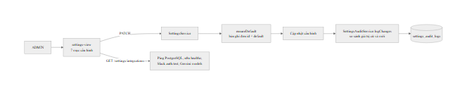
The Mermaid diagram docs/diagrams/H4-12-settings-audit.png in NguyenDang182005/khoa-luan, before a commit. Its source is kept beside it as docs/diagrams/H4-12-settings-audit.mmd. The source it was exported from:
```mermaid
flowchart LR
  AD["ADMIN"] --> UI["settings-view<br/>7 mục cấu hình"]
  UI -->|"PATCH"| SV["SettingsService"]
  SV --> R["ensureDefault<br/>bản ghi đơn id = default"]
  R --> U["Cập nhật cấu hình"]
  U --> L["SettingsAuditService.logChanges<br/>so sánh giá trị cũ và mới"]
  L --> DB[("settings_audit_logs")]
  UI -->|"GET /settings/integrations"| P["Ping PostgreSQL, n8n healthz,<br/>Slack auth.test, Gemini models"]
```
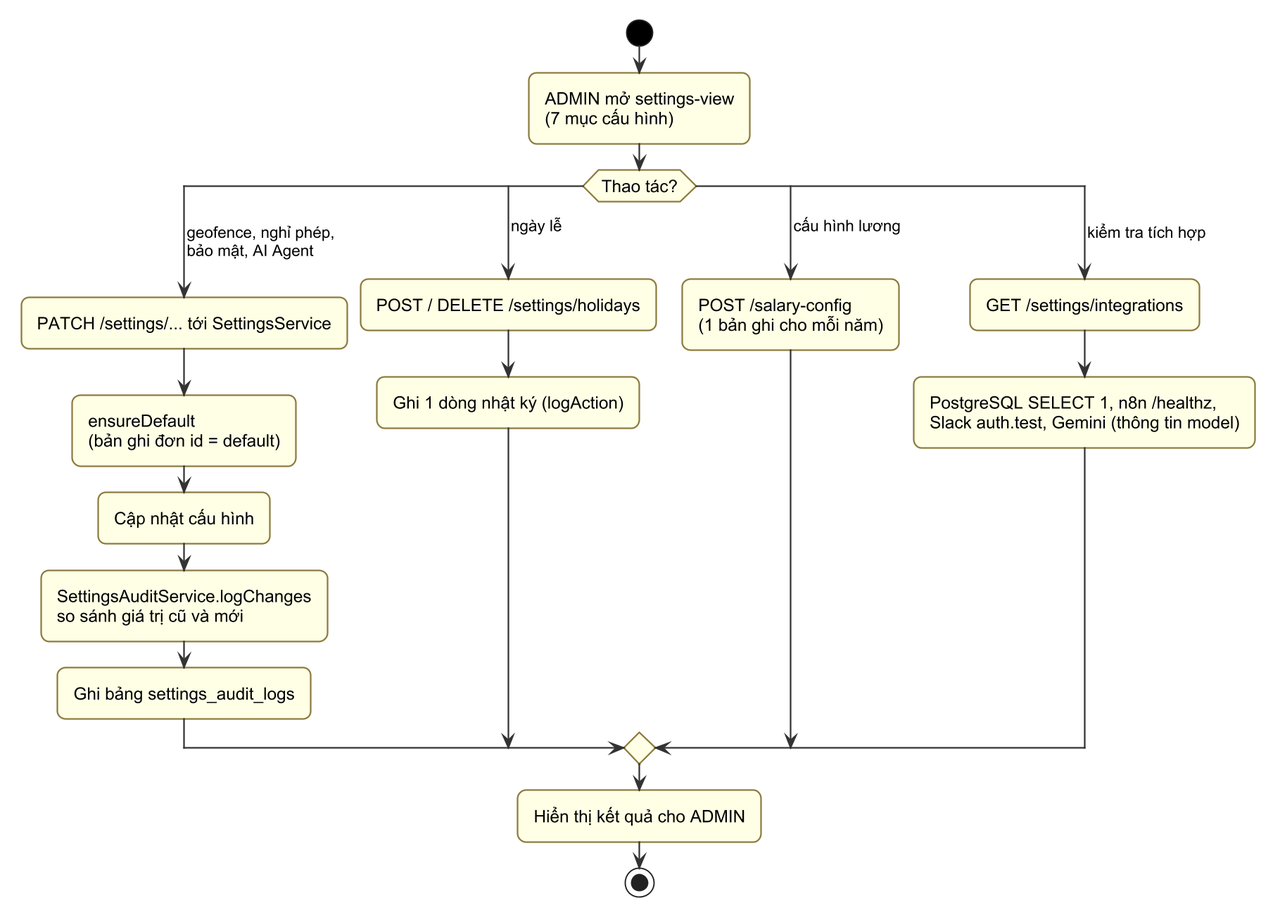
After the change.

What changed in the source:
```diff
@@ -5,4 +5,4 @@
   R --> U["Cập nhật cấu hình"]
   U --> L["SettingsAuditService.logChanges<br/>so sánh giá trị cũ và mới"]
   L --> DB[("settings_audit_logs")]
-  UI -->|"GET /settings/integrations"| P["Ping PostgreSQL, n8n healthz,<br/>Slack auth.test, Gemini models"]
+  UI -->|"GET /settings/integrations"| P["Ping PostgreSQL, n8n healthz,<br/>Slack auth.test, Gemini embedding"]
```
